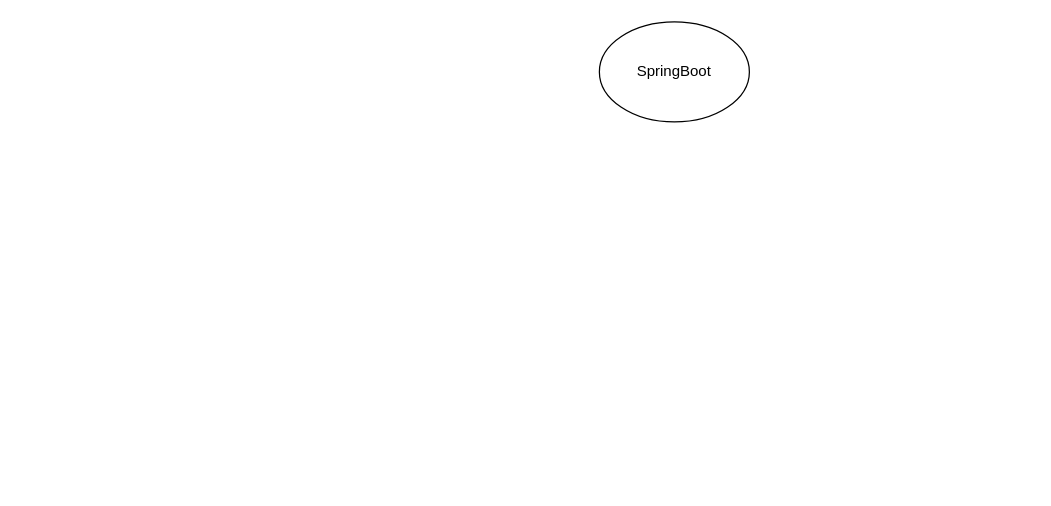
This is Untitled Diagram.drawio from zhanshenzhi2008/diagrams, a draw.io file, before an edit. Source tidied: cells renumbered, new cells numbered last; positions are measured from the earlier drawing's top-left corner, leaving out a move shared by most shapes. Both pictures are drawn from the tidied source at 125%, with x=0, y=0 at pixel (599, 21).
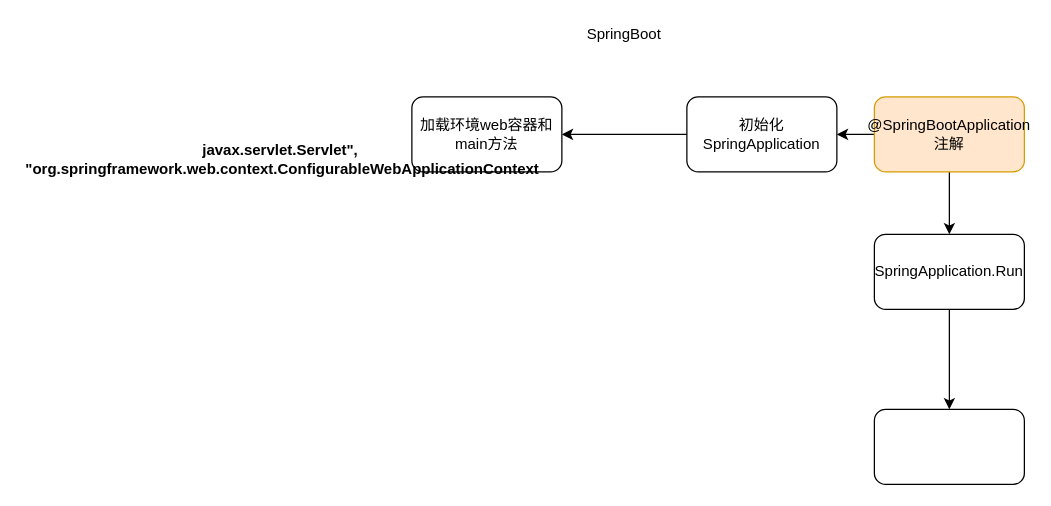
The same diagram, later.

Change to the diagram source:
```diff
@@
 <mxGraphModel>
   <root>
     <mxCell id="0" />
     <mxCell id="1" parent="0" />
-    <mxCell id="2" value="SpringBoot" style="ellipse;whiteSpace=wrap;html=1;" parent="1" vertex="1">
-      <mxGeometry width="120" height="80" as="geometry" />
+    <mxCell id="2" value="SpringBoot" style="text;html=1;strokeColor=none;fillColor=none;align=center;verticalAlign=middle;whiteSpace=wrap;rounded=0;" parent="1" vertex="1">
+      <mxGeometry width="40" height="20" as="geometry" />
     </mxCell>
+    <mxCell id="3" style="edgeStyle=orthogonalEdgeStyle;rounded=0;jettySize=auto;html=1;" parent="1" edge="1" source="5" target="7">
+      <mxGeometry relative="1" as="geometry" />
+    </mxCell>
+    <mxCell id="4" style="edgeStyle=orthogonalEdgeStyle;rounded=0;jettySize=auto;html=1;" parent="1" edge="1" source="5" target="10">
+      <mxGeometry relative="1" as="geometry" />
+    </mxCell>
+    <mxCell id="5" value="@SpringBootApplication注解" style="rounded=1;whiteSpace=wrap;html=1;fillColor=#ffe6cc;strokeColor=#d79b00;" parent="1" vertex="1">
+      <mxGeometry x="220" y="60" width="120" height="60" as="geometry" />
+    </mxCell>
+    <mxCell id="6" style="edgeStyle=orthogonalEdgeStyle;rounded=0;jettySize=auto;html=1;" parent="1" edge="1" source="7" target="8">
+      <mxGeometry relative="1" as="geometry" />
+    </mxCell>
+    <mxCell id="7" value="&lt;span style=&quot;white-space: normal&quot;&gt;SpringApplication.Run&lt;/span&gt;" style="rounded=1;whiteSpace=wrap;html=1;" parent="1" vertex="1">
+      <mxGeometry x="220" y="170" width="120" height="60" as="geometry" />
+    </mxCell>
+    <mxCell id="8" style="rounded=1;whiteSpace=wrap;html=1;" parent="1" vertex="1">
+      <mxGeometry x="220" y="310" width="120" height="60" as="geometry" />
+    </mxCell>
+    <mxCell id="9" style="edgeStyle=orthogonalEdgeStyle;rounded=0;jettySize=auto;html=1;" parent="1" edge="1" source="10" target="11">
+      <mxGeometry relative="1" as="geometry" />
+    </mxCell>
+    <mxCell id="10" value="初始化SpringApplication" style="rounded=1;whiteSpace=wrap;html=1;" parent="1" vertex="1">
+      <mxGeometry x="70" y="60" width="120" height="60" as="geometry" />
+    </mxCell>
+    <mxCell id="11" value="加载环境web容器和main方法" style="rounded=1;whiteSpace=wrap;html=1;" parent="1" vertex="1">
+      <mxGeometry x="-150" y="60" width="120" height="60" as="geometry" />
+    </mxCell>
+    <mxCell id="12" value="&lt;div&gt;javax.servlet.Servlet&quot;,&lt;/div&gt;&lt;div&gt;&amp;nbsp;&quot;org.springframework.web.context.ConfigurableWebApplicationContext&lt;/div&gt;" style="text;html=1;strokeColor=none;fillColor=none;align=center;verticalAlign=middle;whiteSpace=wrap;rounded=0;fontStyle=1;" parent="1" vertex="1">
+      <mxGeometry x="-360" y="100" width="210" height="20" as="geometry" />
+    </mxCell>
   </root>
 </mxGraphModel>
```
